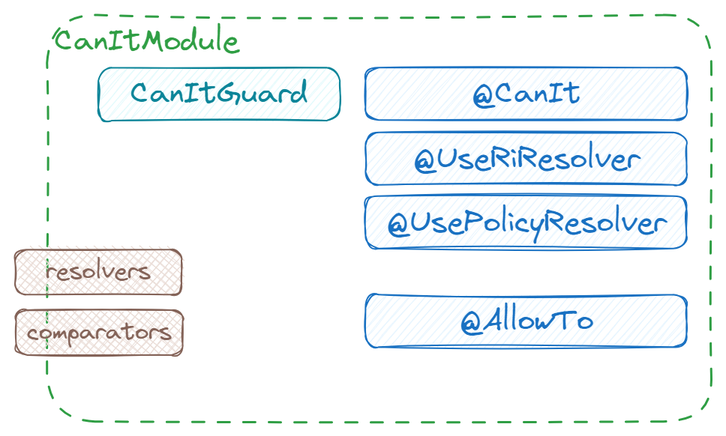
can-it/can-it.github.io keeps this Excalidraw diagram as assets/nest.png. Above is the earlier version. Source tidied: one line per element, renumbered; positions are measured from the earlier drawing's top-left corner, leaving out a move shared by most shapes.
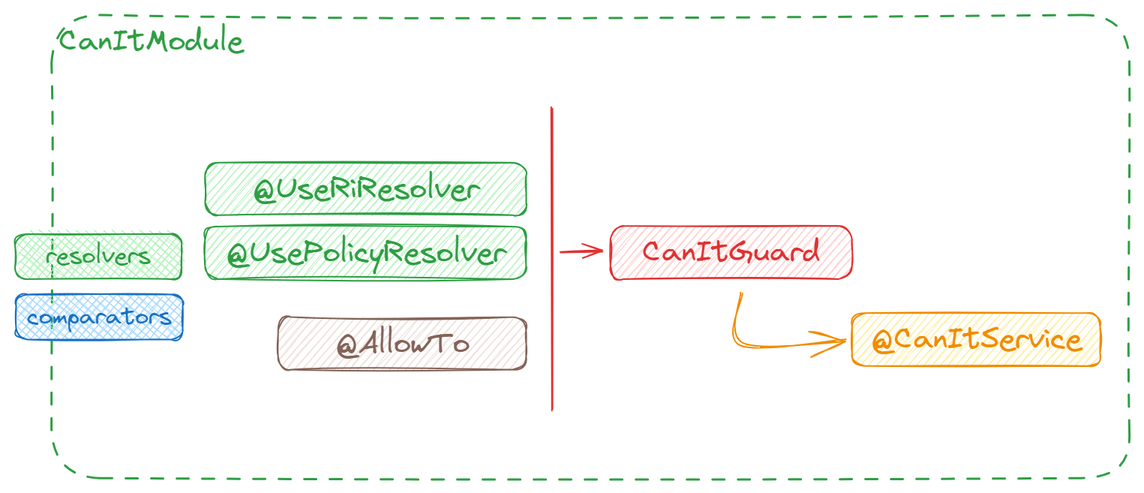
The same file after the commit.

Commit message:
feat(nest): update new diagram

Change to the diagram source:
```diff
@@ -1,16 +1,19 @@
-{"id": 0, "type": "rectangle", "strokeColor": "#2f9e44", "backgroundColor": "white", "fillStyle": "solid", "strokeWidth": 1, "strokeStyle": "dashed", "roughness": 1, "round": true, "x": 21, "y": 0, "width": 443, "height": 271}
+{"id": 0, "type": "rectangle", "strokeColor": "#2f9e44", "backgroundColor": "white", "fillStyle": "solid", "strokeWidth": 1, "strokeStyle": "dashed", "roughness": 1, "round": true, "x": 24, "y": 11, "width": 718, "height": 309}
-{"id": 1, "type": "text", "text": "CanItModule", "strokeColor": "#2f9e44", "backgroundColor": "white", "fillStyle": "solid", "strokeWidth": 1, "strokeStyle": "dashed", "roughness": 1, "fontSize": 20, "fontFamily": 1, "inside": 0, "x": 26, "y": 5, "width": 123, "height": 25}
+{"id": 1, "type": "text", "text": "CanItModule", "strokeColor": "#2f9e44", "backgroundColor": "white", "fillStyle": "solid", "strokeWidth": 1, "strokeStyle": "dashed", "roughness": 1, "fontSize": 20, "fontFamily": 1, "inside": 0, "x": 29, "y": 16, "width": 123, "height": 25}
-{"id": 2, "type": "rectangle", "strokeColor": "#1971c2", "backgroundColor": "#e7f5ff", "fillStyle": "hachure", "strokeWidth": 1, "roughness": 1, "round": true, "x": 234, "y": 35, "width": 214, "height": 35}
+{"id": 2, "type": "rectangle", "strokeColor": "#f08c00", "backgroundColor": "#ffec99", "fillStyle": "hachure", "strokeWidth": 1, "roughness": 1, "round": true, "x": 558, "y": 209, "width": 165, "height": 35}
-{"id": 3, "type": "text", "text": "@CanIt", "strokeColor": "#1971c2", "backgroundColor": "#ebfbee", "fillStyle": "hachure", "strokeWidth": 1, "roughness": 1, "fontSize": 20, "fontFamily": 1, "textAlign": "center", "inside": 2, "x": 304, "y": 40, "width": 74, "height": 25}
+{"id": 3, "type": "text", "text": "@CanItService", "strokeColor": "#f08c00", "backgroundColor": "#ebfbee", "fillStyle": "hachure", "strokeWidth": 1, "roughness": 1, "fontSize": 20, "fontFamily": 1, "textAlign": "center", "inside": 2, "x": 570, "y": 214, "width": 141, "height": 25}
-{"id": 4, "type": "rectangle", "strokeColor": "#846358", "backgroundColor": "#eaddd7", "fillStyle": "cross-hatch", "strokeWidth": 1, "roughness": 1, "round": true, "x": 1, "y": 197, "width": 111, "height": 30}
+{"id": 4, "type": "rectangle", "strokeColor": "#1971c2", "backgroundColor": "#a5d8ff", "fillStyle": "cross-hatch", "strokeWidth": 1, "roughness": 1, "round": true, "x": 1, "y": 197, "width": 111, "height": 30}
-{"id": 5, "type": "text", "text": "comparators", "strokeColor": "#846358", "backgroundColor": "#f8f1ee", "fillStyle": "hachure", "strokeWidth": 1, "roughness": 1, "fontSize": 16, "fontFamily": 1, "textAlign": "center", "verticalAlign": "middle", "inside": 4, "x": 8, "y": 202, "width": 97, "height": 20}
+{"id": 5, "type": "text", "text": "comparators", "strokeColor": "#1971c2", "backgroundColor": "#f8f1ee", "fillStyle": "hachure", "strokeWidth": 1, "roughness": 1, "fontSize": 16, "fontFamily": 1, "textAlign": "center", "verticalAlign": "middle", "inside": 4, "x": 8, "y": 202, "width": 97, "height": 20}
-{"id": 6, "type": "rectangle", "strokeColor": "#0c8599", "backgroundColor": "#e3fafc", "fillStyle": "hachure", "strokeWidth": 1, "roughness": 1, "round": true, "x": 56, "y": 35, "width": 161, "height": 35}
+{"id": 6, "type": "rectangle", "strokeColor": "#e03131", "backgroundColor": "#ffc9c9", "fillStyle": "hachure", "strokeWidth": 1, "roughness": 1, "round": true, "x": 397, "y": 151, "width": 161, "height": 35}
-{"id": 7, "type": "text", "text": "CanItGuard", "strokeColor": "#0c8599", "backgroundColor": "#ebfbee", "fillStyle": "hachure", "strokeWidth": 1, "roughness": 1, "fontSize": 20, "fontFamily": 1, "textAlign": "center", "inside": 6, "x": 77, "y": 40, "width": 118, "height": 25}
+{"id": 7, "type": "text", "text": "CanItGuard", "strokeColor": "#e03131", "backgroundColor": "#ebfbee", "fillStyle": "hachure", "strokeWidth": 1, "roughness": 1, "fontSize": 20, "fontFamily": 1, "textAlign": "center", "inside": 6, "x": 418, "y": 156, "width": 118, "height": 25}
-{"id": 8, "type": "rectangle", "strokeColor": "#846358", "backgroundColor": "#eaddd7", "fillStyle": "cross-hatch", "strokeWidth": 1, "roughness": 1, "round": true, "x": 0, "y": 157, "width": 111, "height": 30}
+{"id": 8, "type": "rectangle", "strokeColor": "#2f9e44", "backgroundColor": "#b2f2bb", "fillStyle": "cross-hatch", "strokeWidth": 1, "roughness": 1, "round": true, "x": 0, "y": 157, "width": 111, "height": 30}
-{"id": 9, "type": "text", "text": "resolvers", "strokeColor": "#846358", "backgroundColor": "#f8f1ee", "fillStyle": "hachure", "strokeWidth": 1, "roughness": 1, "fontSize": 16, "fontFamily": 1, "textAlign": "center", "verticalAlign": "middle", "inside": 8, "x": 20, "y": 162, "width": 70, "height": 20}
+{"id": 9, "type": "text", "text": "resolvers", "strokeColor": "#2f9e44", "backgroundColor": "#f8f1ee", "fillStyle": "hachure", "strokeWidth": 1, "roughness": 1, "fontSize": 16, "fontFamily": 1, "textAlign": "center", "verticalAlign": "middle", "inside": 8, "x": 20, "y": 162, "width": 70, "height": 20}
-{"id": 10, "type": "rectangle", "strokeColor": "#1971c2", "backgroundColor": "#e7f5ff", "fillStyle": "hachure", "strokeWidth": 1, "roughness": 1, "round": true, "x": 234, "y": 78, "width": 214, "height": 35}
+{"id": 10, "type": "rectangle", "strokeColor": "#2f9e44", "backgroundColor": "#b2f2bb", "fillStyle": "hachure", "strokeWidth": 1, "roughness": 1, "round": true, "x": 127, "y": 109, "width": 214, "height": 35}
-{"id": 11, "type": "text", "text": "@UseRiResolver", "strokeColor": "#1971c2", "backgroundColor": "#ebfbee", "fillStyle": "hachure", "strokeWidth": 1, "roughness": 1, "fontSize": 20, "fontFamily": 1, "textAlign": "center", "inside": 10, "x": 265, "y": 83, "width": 152, "height": 25}
+{"id": 11, "type": "text", "text": "@UseRiResolver", "strokeColor": "#2f9e44", "backgroundColor": "#ebfbee", "fillStyle": "hachure", "strokeWidth": 1, "roughness": 1, "fontSize": 20, "fontFamily": 1, "textAlign": "center", "inside": 10, "x": 158, "y": 114, "width": 152, "height": 25}
-{"id": 12, "type": "rectangle", "strokeColor": "#1971c2", "backgroundColor": "#e7f5ff", "fillStyle": "hachure", "strokeWidth": 1, "roughness": 1, "round": true, "x": 234, "y": 121, "width": 214, "height": 35}
+{"id": 12, "type": "rectangle", "strokeColor": "#2f9e44", "backgroundColor": "#b2f2bb", "fillStyle": "hachure", "strokeWidth": 1, "roughness": 1, "round": true, "x": 127, "y": 152, "width": 214, "height": 35}
-{"id": 13, "type": "text", "text": "@UsePolicyResolver", "strokeColor": "#1971c2", "backgroundColor": "#ebfbee", "fillStyle": "hachure", "strokeWidth": 1, "roughness": 1, "fontSize": 20, "fontFamily": 1, "textAlign": "center", "inside": 12, "x": 247, "y": 126, "width": 187, "height": 25}
+{"id": 13, "type": "text", "text": "@UsePolicyResolver", "strokeColor": "#2f9e44", "backgroundColor": "#ebfbee", "fillStyle": "hachure", "strokeWidth": 1, "roughness": 1, "fontSize": 20, "fontFamily": 1, "textAlign": "center", "inside": 12, "x": 140, "y": 157, "width": 187, "height": 25}
-{"id": 14, "type": "rectangle", "strokeColor": "#1971c2", "backgroundColor": "#e7f5ff", "fillStyle": "hachure", "strokeWidth": 1, "roughness": 1, "round": true, "x": 234, "y": 187, "width": 214, "height": 35}
+{"id": 14, "type": "rectangle", "strokeColor": "#846358", "backgroundColor": "#eaddd7", "fillStyle": "hachure", "strokeWidth": 1, "roughness": 1, "round": true, "x": 175, "y": 212, "width": 165, "height": 35}
-{"id": 15, "type": "text", "text": "@AllowTo", "strokeColor": "#1971c2", "backgroundColor": "#ebfbee", "fillStyle": "hachure", "strokeWidth": 1, "roughness": 1, "fontSize": 20, "fontFamily": 1, "textAlign": "center", "inside": 14, "x": 296, "y": 192, "width": 90, "height": 25}
+{"id": 15, "type": "text", "text": "@AllowTo", "strokeColor": "#846358", "backgroundColor": "#ebfbee", "fillStyle": "hachure", "strokeWidth": 1, "roughness": 1, "fontSize": 20, "fontFamily": 1, "textAlign": "center", "inside": 14, "x": 213, "y": 217, "width": 90, "height": 25}
+{"id": 16, "type": "line", "strokeColor": "#e03131", "backgroundColor": "#ffec99", "fillStyle": "hachure", "strokeWidth": 1, "roughness": 1, "round": true, "x": 357, "y": 73, "width": 0, "height": 201, "points": [[0, 0], [0, 201]]}
+{"id": 17, "type": "arrow", "strokeColor": "#e03131", "backgroundColor": "#ffec99", "fillStyle": "hachure", "strokeWidth": 1, "roughness": 1, "endArrowhead": "arrow", "round": true, "to": 6, "x": 364, "y": 169, "width": 28, "height": 1, "points": [[0, 0], [28, -1]]}
+{"id": 18, "type": "arrow", "strokeColor": "#f08c00", "backgroundColor": "#ffec99", "fillStyle": "hachure", "strokeWidth": 1, "roughness": 1, "endArrowhead": "arrow", "round": true, "from": 6, "to": 2, "x": 484, "y": 195, "width": 69, "height": 34, "points": [[0, 0], [0, 34], [69, 31]]}
```
